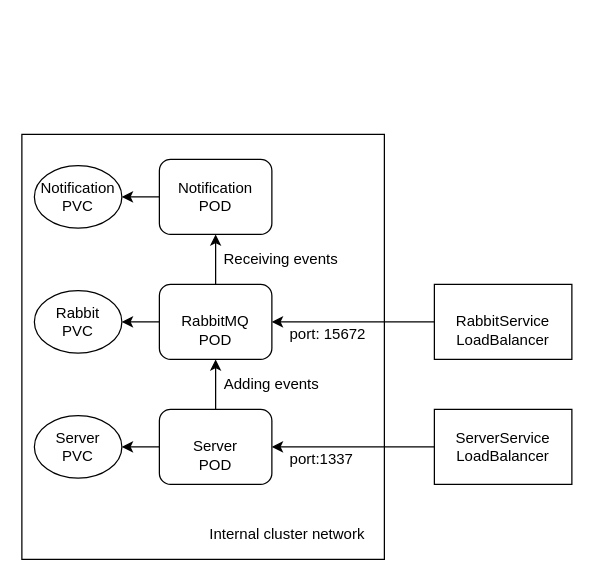
mail4hafij/kubernetes-orchestration keeps this draw.io diagram as Application.drawio. Above is the earlier version. Source tidied: cells renumbered, new cells numbered last; positions are measured from the earlier drawing's top-left corner, leaving out a move shared by most shapes. Both pictures are drawn from the tidied source at 125%, with x=0, y=0 at pixel (21, 134).
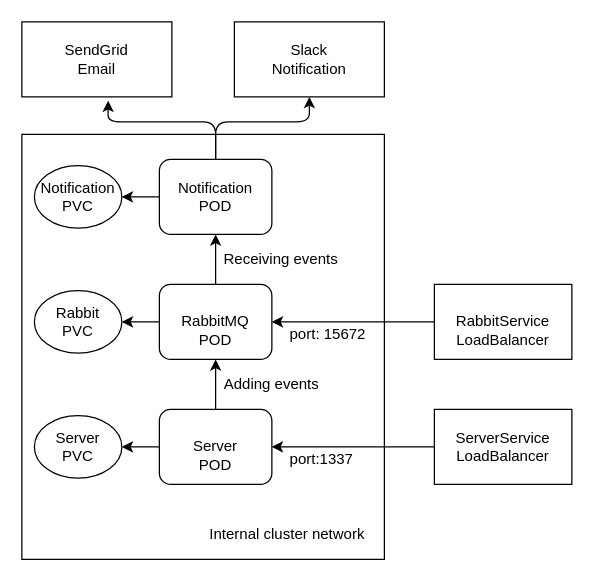
The same diagram, later.

Unchanged cells that the change refers to:
```xml
<mxCell id="17" value="&lt;div&gt;Notification&lt;/div&gt;&lt;div&gt;POD&lt;br&gt;&lt;/div&gt;" style="rounded=1;whiteSpace=wrap;html=1;" parent="1" vertex="1">
  <mxGeometry x="110" y="20" width="90" height="60" as="geometry" />
</mxCell>
```

Change to the diagram source:
```diff
@@
+    <mxCell id="23" value="&lt;div&gt;SendGrid&lt;/div&gt;&lt;div&gt;Email&lt;br&gt;&lt;/div&gt;" style="rounded=0;whiteSpace=wrap;html=1;" parent="1" vertex="1">
+      <mxGeometry y="-90" width="120" height="60" as="geometry" />
+    </mxCell>
+    <mxCell id="24" value="&lt;div&gt;Slack&lt;/div&gt;&lt;div&gt;Notification&lt;br&gt;&lt;/div&gt;" style="rounded=0;whiteSpace=wrap;html=1;" parent="1" vertex="1">
+      <mxGeometry x="170" y="-90" width="120" height="60" as="geometry" />
+    </mxCell>
+    <mxCell id="25" style="endArrow=classic;html=1;exitX=0.5;exitY=0;exitDx=0;exitDy=0;entryX=0.575;entryY=1.05;entryDx=0;entryDy=0;entryPerimeter=0;" parent="1" edge="1" source="17" target="23">
+      <mxGeometry relative="1" as="geometry">
+        <Array as="points">
+          <mxPoint x="155" y="-10" />
+          <mxPoint x="69" y="-10" />
+        </Array>
+      </mxGeometry>
+    </mxCell>
+    <mxCell id="26" style="endArrow=classic;html=1;exitX=0.5;exitY=0;exitDx=0;exitDy=0;entryX=0.5;entryY=1;entryDx=0;entryDy=0;" parent="1" edge="1" source="17" target="24">
+      <mxGeometry relative="1" as="geometry">
+        <Array as="points">
+          <mxPoint x="155" y="-10" />
+          <mxPoint x="230" y="-10" />
+        </Array>
+      </mxGeometry>
+    </mxCell>
```
